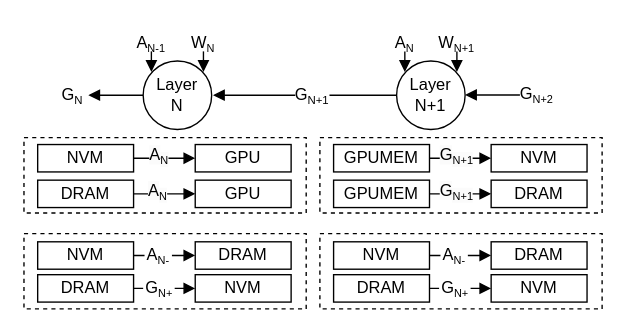
Before: fig/pipeline2.drawio in icszhr/NCheck, a draw.io diagram. Source tidied: cells renumbered, new cells numbered last; positions are measured from the earlier drawing's top-left corner, leaving out a move shared by most shapes. Both pictures are drawn from the tidied source at 137%, with x=0, y=0 at pixel (23, 23).
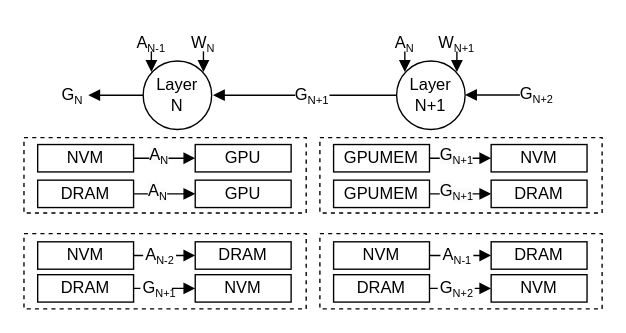
The same page after the edit.

Diff of the diagram source:
```diff
@@
+    <mxCell id="17" style="rounded=0;whiteSpace=wrap;html=1;fillColor=none;dashed=1;" parent="1" vertex="1">
+      <mxGeometry y="153" width="206" height="55" as="geometry" />
+    </mxCell>
@@
-    <mxCell id="15" value="&lt;div style=&quot;text-align: center;&quot;&gt;A&lt;sub&gt;&lt;font style=&quot;font-size: 8px;&quot;&gt;N-&lt;/font&gt;&lt;/sub&gt;&lt;br&gt;&lt;/div&gt;" style="text;whiteSpace=wrap;html=1;fillColor=default;" parent="1" vertex="1">
-      <mxGeometry x="88" y="155" width="20" height="24" as="geometry" />
+    <mxCell id="15" value="&lt;div style=&quot;text-align: center;&quot;&gt;A&lt;sub&gt;&lt;font style=&quot;font-size: 8px;&quot;&gt;N-2&lt;/font&gt;&lt;/sub&gt;&lt;br&gt;&lt;/div&gt;" style="text;whiteSpace=wrap;html=1;fillColor=default;" parent="1" vertex="1">
+      <mxGeometry x="87" y="155" width="24" height="24" as="geometry" />
     </mxCell>
@@
-    <mxCell id="17" style="rounded=0;whiteSpace=wrap;html=1;fillColor=none;dashed=1;" parent="1" vertex="1">
-      <mxGeometry y="153" width="206" height="55" as="geometry" />
-    </mxCell>
@@
-    <mxCell id="24" value="&lt;div style=&quot;text-align: center;&quot;&gt;G&lt;sub&gt;&lt;font style=&quot;font-size: 8px;&quot;&gt;N+&lt;/font&gt;&lt;/sub&gt;&lt;br&gt;&lt;/div&gt;" style="text;whiteSpace=wrap;html=1;fillColor=default;" parent="1" vertex="1">
-      <mxGeometry x="87" y="179" width="23" height="24" as="geometry" />
+    <mxCell id="24" value="&lt;div style=&quot;text-align: center;&quot;&gt;G&lt;sub&gt;&lt;font style=&quot;font-size: 8px;&quot;&gt;N+1&lt;/font&gt;&lt;/sub&gt;&lt;br&gt;&lt;/div&gt;" style="text;whiteSpace=wrap;html=1;fillColor=default;" parent="1" vertex="1">
+      <mxGeometry x="85" y="179" width="23" height="24" as="geometry" />
     </mxCell>
@@
-    <mxCell id="44" value="&lt;div style=&quot;text-align: center;&quot;&gt;A&lt;sub&gt;&lt;font style=&quot;font-size: 8px;&quot;&gt;N-&lt;/font&gt;&lt;/sub&gt;&lt;br&gt;&lt;/div&gt;" style="text;whiteSpace=wrap;html=1;fillColor=default;" parent="1" vertex="1">
-      <mxGeometry x="304" y="155" width="20" height="24" as="geometry" />
+    <mxCell id="44" value="&lt;div style=&quot;text-align: center;&quot;&gt;A&lt;sub&gt;&lt;font style=&quot;font-size: 8px;&quot;&gt;N-1&lt;/font&gt;&lt;/sub&gt;&lt;br&gt;&lt;/div&gt;" style="text;whiteSpace=wrap;html=1;fillColor=default;" parent="1" vertex="1">
+      <mxGeometry x="304" y="155" width="24" height="24" as="geometry" />
     </mxCell>
@@
-    <mxCell id="52" value="&lt;div style=&quot;text-align: center;&quot;&gt;G&lt;sub&gt;&lt;font style=&quot;font-size: 8px;&quot;&gt;N+&lt;/font&gt;&lt;/sub&gt;&lt;br&gt;&lt;/div&gt;" style="text;whiteSpace=wrap;html=1;fillColor=default;" parent="1" vertex="1">
-      <mxGeometry x="303" y="179" width="23" height="24" as="geometry" />
+    <mxCell id="52" value="&lt;div style=&quot;text-align: center;&quot;&gt;G&lt;sub&gt;&lt;font style=&quot;font-size: 8px;&quot;&gt;N+2&lt;/font&gt;&lt;/sub&gt;&lt;br&gt;&lt;/div&gt;" style="text;whiteSpace=wrap;html=1;fillColor=default;" parent="1" vertex="1">
+      <mxGeometry x="302" y="179" width="27" height="24" as="geometry" />
     </mxCell>
```
